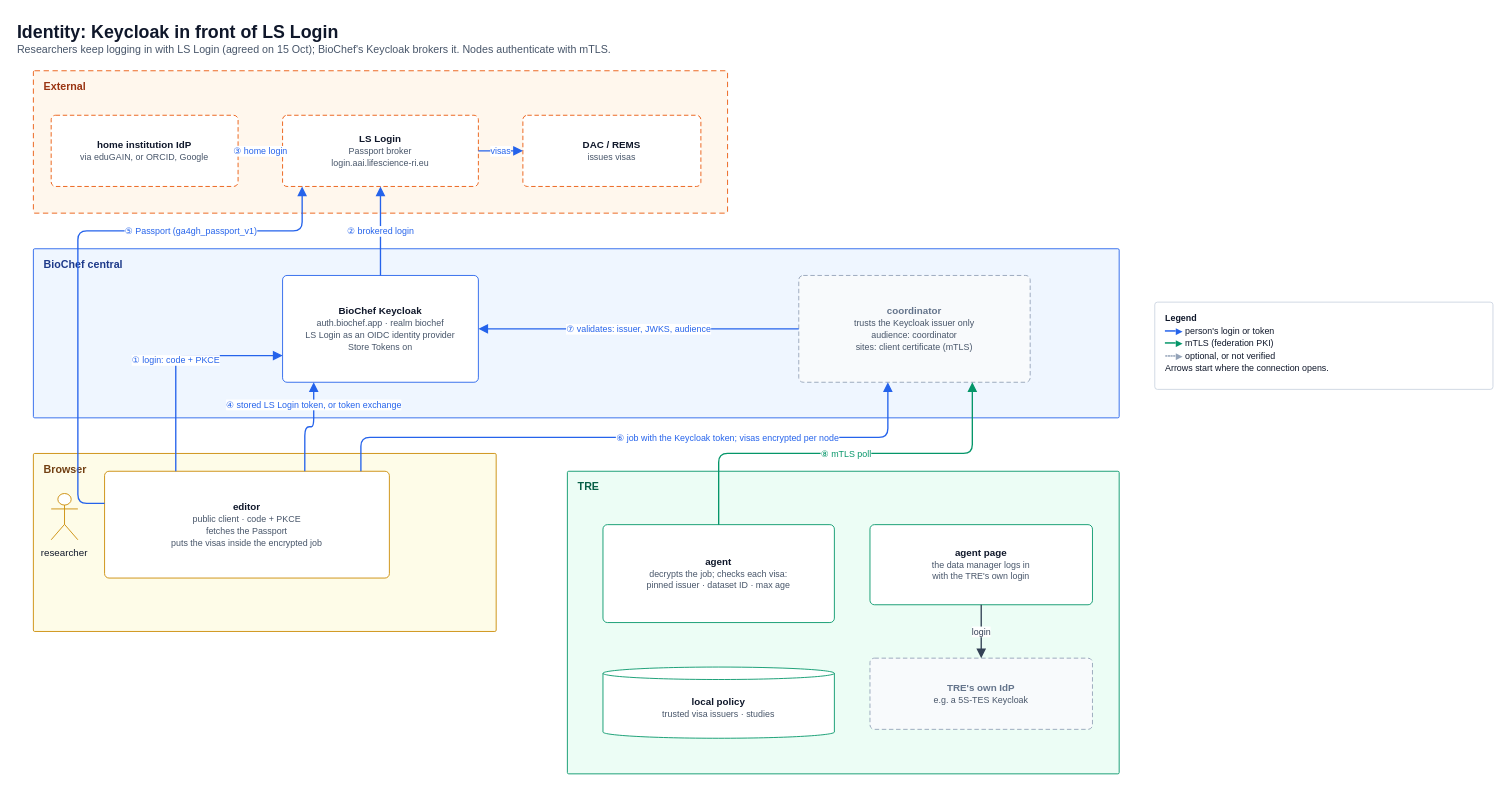
ieeta-pt/biochef-infra keeps this draw.io diagram as page "Who trusts whom" (1 of 2) of docs/diagrams/06-identity-keycloak.drawio. Above is the earlier version. Source tidied: cells renumbered, new cells numbered last; positions are measured from the earlier drawing's top-left corner, leaving out a move shared by most shapes. Both pictures are drawn from the tidied source at 89%, with x=0, y=0 at pixel (15, 15).
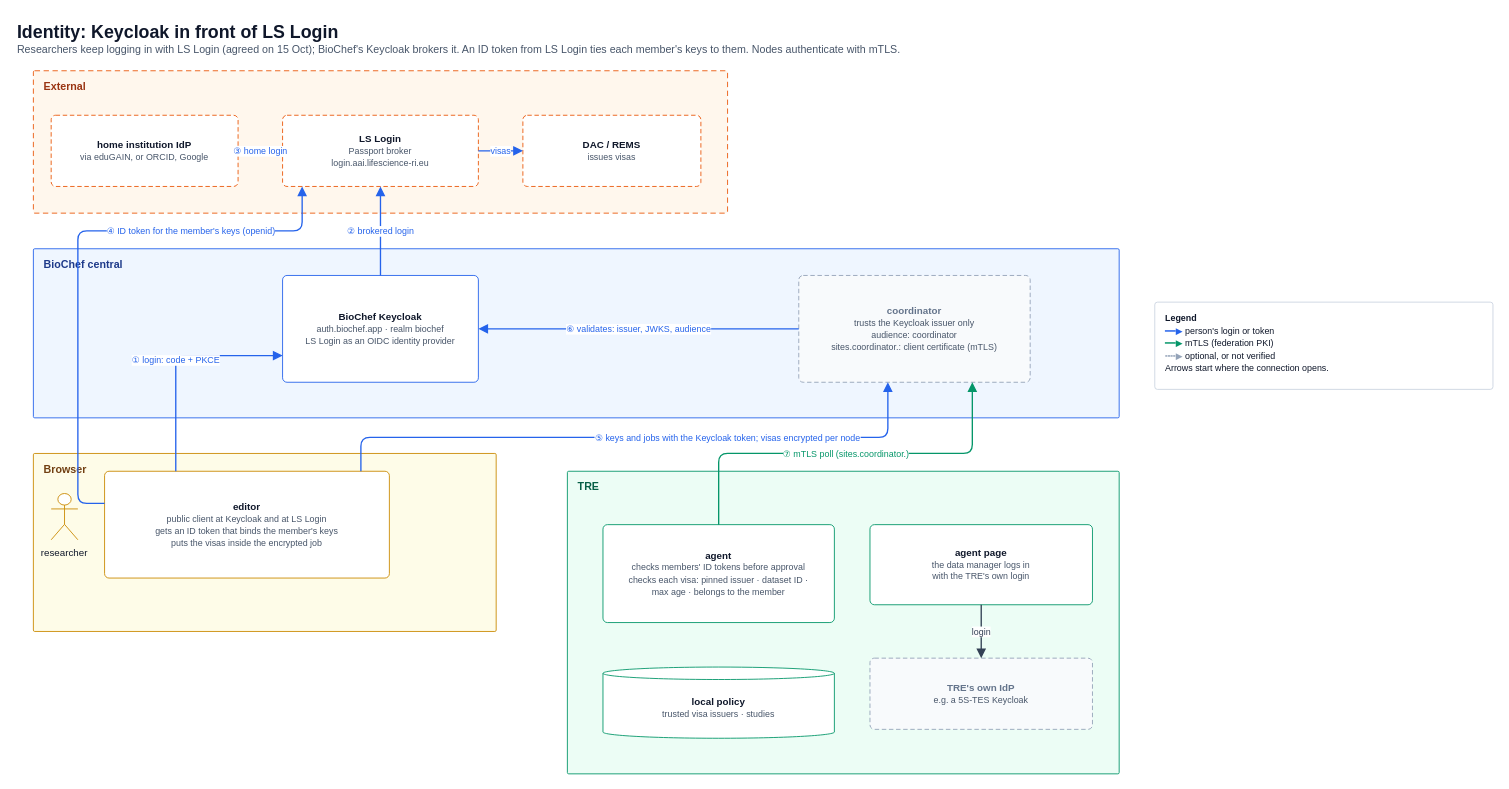
Above is the later version.

The change refers to these unchanged cells:
```xml
<mxCell id="5" value="&lt;b&gt;LS Login&lt;/b&gt;&lt;br&gt;&lt;font style=&quot;font-size:10px&quot; color=&quot;#475569&quot;&gt;Passport broker&lt;/font&gt;&lt;br&gt;&lt;font style=&quot;font-size:10px&quot; color=&quot;#475569&quot;&gt;login.aai.lifescience-ri.eu&lt;/font&gt;" style="html=1;whiteSpace=wrap;fontSize=11;fillColor=#ffffff;strokeColor=#ea580c;fontColor=#0f172a;align=center;verticalAlign=middle;spacing=4;dashed=1;dashPattern=5 3;rounded=1;arcSize=10;absoluteArcSize=1;" parent="3" vertex="1">
  <mxGeometry x="280" y="50" width="220" height="80" as="geometry" />
</mxCell>
<mxCell id="7" value="BioChef central" style="rounded=1;arcSize=3;absoluteArcSize=1;html=1;whiteSpace=wrap;verticalAlign=top;align=left;spacingLeft=10;spacingTop=4;fontSize=12;fontStyle=1;fillColor=#eff6ff;strokeColor=#2563eb;fontColor=#1e3a8a;" parent="1" vertex="1">
  <mxGeometry x="20" y="262" width="1220" height="190" as="geometry" />
</mxCell>
<mxCell id="10" value="Browser" style="rounded=1;arcSize=3;absoluteArcSize=1;html=1;whiteSpace=wrap;verticalAlign=top;align=left;spacingLeft=10;spacingTop=4;fontSize=12;fontStyle=1;fillColor=#fefce8;strokeColor=#ca8a04;fontColor=#713f12;" parent="1" vertex="1">
  <mxGeometry x="20" y="492" width="520" height="200" as="geometry" />
</mxCell>
<mxCell id="13" value="TRE" style="rounded=1;arcSize=3;absoluteArcSize=1;html=1;whiteSpace=wrap;verticalAlign=top;align=left;spacingLeft=10;spacingTop=4;fontSize=12;fontStyle=1;fillColor=#ecfdf5;strokeColor=#059669;fontColor=#065f46;" parent="1" vertex="1">
  <mxGeometry x="620" y="512" width="620" height="340" as="geometry" />
</mxCell>
```

Diff of the diagram source:
```diff
@@
-    <mxCell id="2" value="&lt;b style='font-size:20px'&gt;Identity: Keycloak in front of LS Login&lt;/b&gt;&lt;br&gt;&lt;font color='#475569'&gt;Researchers keep logging in with LS Login (agreed on 15 Oct); BioChef's Keycloak brokers it. Nodes authenticate with mTLS.&lt;/font&gt;" style="text;html=1;whiteSpace=wrap;fontSize=12;align=left;verticalAlign=top;fontColor=#0f172a;spacing=2;" parent="1" vertex="1">
+    <mxCell id="2" value="&lt;b style='font-size:20px'&gt;Identity: Keycloak in front of LS Login&lt;/b&gt;&lt;br&gt;&lt;font color='#475569'&gt;Researchers keep logging in with LS Login (agreed on 15 Oct); BioChef's Keycloak brokers it. An ID token from LS Login ties each member's keys to them. Nodes authenticate with mTLS.&lt;/font&gt;" style="text;html=1;whiteSpace=wrap;fontSize=12;align=left;verticalAlign=top;fontColor=#0f172a;spacing=2;" parent="1" vertex="1">
       <mxGeometry width="1100" height="48" as="geometry" />
     </mxCell>
@@
-    <mxCell id="8" value="&lt;b&gt;BioChef Keycloak&lt;/b&gt;&lt;br&gt;&lt;font style=&quot;font-size:10px&quot; color=&quot;#475569&quot;&gt;auth.biochef.app · realm biochef&lt;/font&gt;&lt;br&gt;&lt;font style=&quot;font-size:10px&quot; color=&quot;#475569&quot;&gt;LS Login as an OIDC identity provider&lt;/font&gt;&lt;br&gt;&lt;font style=&quot;font-size:10px&quot; color=&quot;#475569&quot;&gt;Store Tokens on&lt;/font&gt;" style="html=1;whiteSpace=wrap;fontSize=11;fillColor=#ffffff;strokeColor=#2563eb;fontColor=#0f172a;align=center;verticalAlign=middle;spacing=4;rounded=1;arcSize=10;absoluteArcSize=1;" parent="7" vertex="1">
+    <mxCell id="8" value="&lt;b&gt;BioChef Keycloak&lt;/b&gt;&lt;br&gt;&lt;font style=&quot;font-size:10px&quot; color=&quot;#475569&quot;&gt;auth.biochef.app · realm biochef&lt;/font&gt;&lt;br&gt;&lt;font style=&quot;font-size:10px&quot; color=&quot;#475569&quot;&gt;LS Login as an OIDC identity provider&lt;/font&gt;" style="html=1;whiteSpace=wrap;fontSize=11;fillColor=#ffffff;strokeColor=#2563eb;fontColor=#0f172a;align=center;verticalAlign=middle;spacing=4;rounded=1;arcSize=10;absoluteArcSize=1;" parent="7" vertex="1">
       <mxGeometry x="280" y="30" width="220" height="120" as="geometry" />
     </mxCell>
-    <mxCell id="9" value="&lt;b&gt;coordinator&lt;/b&gt;&lt;br&gt;&lt;font style=&quot;font-size:10px&quot; color=&quot;#475569&quot;&gt;trusts the Keycloak issuer only&lt;/font&gt;&lt;br&gt;&lt;font style=&quot;font-size:10px&quot; color=&quot;#475569&quot;&gt;audience: coordinator&lt;/font&gt;&lt;br&gt;&lt;font style=&quot;font-size:10px&quot; color=&quot;#475569&quot;&gt;sites: client certificate (mTLS)&lt;/font&gt;" style="html=1;whiteSpace=wrap;fontSize=11;fillColor=#f8fafc;strokeColor=#94a3b8;fontColor=#64748b;align=center;verticalAlign=middle;spacing=4;dashed=1;dashPattern=5 3;rounded=1;arcSize=10;absoluteArcSize=1;" parent="7" vertex="1">
+    <mxCell id="9" value="&lt;b&gt;coordinator&lt;/b&gt;&lt;br&gt;&lt;font style=&quot;font-size:10px&quot; color=&quot;#475569&quot;&gt;trusts the Keycloak issuer only&lt;/font&gt;&lt;br&gt;&lt;font style=&quot;font-size:10px&quot; color=&quot;#475569&quot;&gt;audience: coordinator&lt;/font&gt;&lt;br&gt;&lt;font style=&quot;font-size:10px&quot; color=&quot;#475569&quot;&gt;sites.coordinator.: client certificate (mTLS)&lt;/font&gt;" style="html=1;whiteSpace=wrap;fontSize=11;fillColor=#f8fafc;strokeColor=#94a3b8;fontColor=#64748b;align=center;verticalAlign=middle;spacing=4;dashed=1;dashPattern=5 3;rounded=1;arcSize=10;absoluteArcSize=1;" parent="7" vertex="1">
       <mxGeometry x="860" y="30" width="260" height="120" as="geometry" />
     </mxCell>
@@
-    <mxCell id="12" value="&lt;b&gt;editor&lt;/b&gt;&lt;br&gt;&lt;font style=&quot;font-size:10px&quot; color=&quot;#475569&quot;&gt;public client · code + PKCE&lt;/font&gt;&lt;br&gt;&lt;font style=&quot;font-size:10px&quot; color=&quot;#475569&quot;&gt;fetches the Passport&lt;/font&gt;&lt;br&gt;&lt;font style=&quot;font-size:10px&quot; color=&quot;#475569&quot;&gt;puts the visas inside the encrypted job&lt;/font&gt;" style="html=1;whiteSpace=wrap;fontSize=11;fillColor=#ffffff;strokeColor=#ca8a04;fontColor=#0f172a;align=center;verticalAlign=middle;spacing=4;rounded=1;arcSize=10;absoluteArcSize=1;" parent="10" vertex="1">
+    <mxCell id="12" value="&lt;b&gt;editor&lt;/b&gt;&lt;br&gt;&lt;font style=&quot;font-size:10px&quot; color=&quot;#475569&quot;&gt;public client at Keycloak and at LS Login&lt;/font&gt;&lt;br&gt;&lt;font style=&quot;font-size:10px&quot; color=&quot;#475569&quot;&gt;gets an ID token that binds the member's keys&lt;/font&gt;&lt;br&gt;&lt;font style=&quot;font-size:10px&quot; color=&quot;#475569&quot;&gt;puts the visas inside the encrypted job&lt;/font&gt;" style="html=1;whiteSpace=wrap;fontSize=11;fillColor=#ffffff;strokeColor=#ca8a04;fontColor=#0f172a;align=center;verticalAlign=middle;spacing=4;rounded=1;arcSize=10;absoluteArcSize=1;" parent="10" vertex="1">
       <mxGeometry x="80" y="20" width="320" height="120" as="geometry" />
     </mxCell>
@@
-    <mxCell id="14" value="&lt;b&gt;agent&lt;/b&gt;&lt;br&gt;&lt;font style=&quot;font-size:10px&quot; color=&quot;#475569&quot;&gt;decrypts the job; checks each visa:&lt;/font&gt;&lt;br&gt;&lt;font style=&quot;font-size:10px&quot; color=&quot;#475569&quot;&gt;pinned issuer · dataset ID · max age&lt;/font&gt;" style="html=1;whiteSpace=wrap;fontSize=11;fillColor=#ffffff;strokeColor=#059669;fontColor=#0f172a;align=center;verticalAlign=middle;spacing=4;rounded=1;arcSize=10;absoluteArcSize=1;" parent="13" vertex="1">
+    <mxCell id="14" value="&lt;b&gt;agent&lt;/b&gt;&lt;br&gt;&lt;font style=&quot;font-size:10px&quot; color=&quot;#475569&quot;&gt;checks members' ID tokens before approval&lt;/font&gt;&lt;br&gt;&lt;font style=&quot;font-size:10px&quot; color=&quot;#475569&quot;&gt;checks each visa: pinned issuer · dataset ID ·&lt;/font&gt;&lt;br&gt;&lt;font style=&quot;font-size:10px&quot; color=&quot;#475569&quot;&gt;max age · belongs to the member&lt;/font&gt;" style="html=1;whiteSpace=wrap;fontSize=11;fillColor=#ffffff;strokeColor=#059669;fontColor=#0f172a;align=center;verticalAlign=middle;spacing=4;rounded=1;arcSize=10;absoluteArcSize=1;" parent="13" vertex="1">
       <mxGeometry x="40" y="60" width="260" height="110" as="geometry" />
     </mxCell>
@@
-    <mxCell id="23" value="④ stored LS Login token, or token exchange" style="html=1;rounded=1;fontSize=10;labelBackgroundColor=#ffffff;strokeWidth=1.5;endSize=7;jumpStyle=arc;jumpSize=8;edgeStyle=orthogonalEdgeStyle;jettySize=auto;endArrow=block;endFill=1;strokeColor=#2563eb;fontColor=#2563eb;exitX=0.703;exitY=0;exitDx=0;exitDy=0;entryX=0.159;entryY=1;entryDx=0;entryDy=0;" parent="1" edge="1" source="12" target="8">
-      <mxGeometry x="0.55" relative="1" as="geometry" />
-    </mxCell>
-    <mxCell id="24" value="⑤ Passport (ga4gh_passport_v1)" style="html=1;rounded=1;fontSize=10;labelBackgroundColor=#ffffff;strokeWidth=1.5;endSize=7;jumpStyle=arc;jumpSize=8;edgeStyle=orthogonalEdgeStyle;jettySize=auto;endArrow=block;endFill=1;strokeColor=#2563eb;fontColor=#2563eb;exitX=0;exitY=0.3;exitDx=0;exitDy=0;entryX=0.1;entryY=1;entryDx=0;entryDy=0;" parent="1" edge="1" source="12" target="5">
+    <mxCell id="24" value="④ ID token for the member's keys (openid)" style="html=1;rounded=1;fontSize=10;labelBackgroundColor=#ffffff;strokeWidth=1.5;endSize=7;jumpStyle=arc;jumpSize=8;edgeStyle=orthogonalEdgeStyle;jettySize=auto;endArrow=block;endFill=1;strokeColor=#2563eb;fontColor=#2563eb;exitX=0;exitY=0.3;exitDx=0;exitDy=0;entryX=0.1;entryY=1;entryDx=0;entryDy=0;" parent="1" edge="1" source="12" target="5">
       <mxGeometry x="0.45" relative="1" as="geometry">
         <Array as="points">
           <mxPoint x="70" y="548" />
           <mxPoint x="70" y="242" />
           <mxPoint x="322" y="242" />
         </Array>
       </mxGeometry>
     </mxCell>
-    <mxCell id="25" value="⑥ job with the Keycloak token; visas encrypted per node" style="html=1;rounded=1;fontSize=10;labelBackgroundColor=#ffffff;strokeWidth=1.5;endSize=7;jumpStyle=arc;jumpSize=8;edgeStyle=orthogonalEdgeStyle;jettySize=auto;endArrow=block;endFill=1;strokeColor=#2563eb;fontColor=#2563eb;exitX=0.9;exitY=0;exitDx=0;exitDy=0;entryX=0.385;entryY=1;entryDx=0;entryDy=0;" parent="1" edge="1" source="12" target="9">
+    <mxCell id="25" value="⑤ keys and jobs with the Keycloak token; visas encrypted per node" style="html=1;rounded=1;fontSize=10;labelBackgroundColor=#ffffff;strokeWidth=1.5;endSize=7;jumpStyle=arc;jumpSize=8;edgeStyle=orthogonalEdgeStyle;jettySize=auto;endArrow=block;endFill=1;strokeColor=#2563eb;fontColor=#2563eb;exitX=0.9;exitY=0;exitDx=0;exitDy=0;entryX=0.385;entryY=1;entryDx=0;entryDy=0;" parent="1" edge="1" source="12" target="9">
       <mxGeometry x="0.3" relative="1" as="geometry">
         <Array as="points">
           <mxPoint x="388" y="474" />
           <mxPoint x="980" y="474" />
         </Array>
       </mxGeometry>
     </mxCell>
-    <mxCell id="26" value="⑦ validates: issuer, JWKS, audience" style="html=1;rounded=1;fontSize=10;labelBackgroundColor=#ffffff;strokeWidth=1.5;endSize=7;jumpStyle=arc;jumpSize=8;edgeStyle=orthogonalEdgeStyle;jettySize=auto;endArrow=block;endFill=1;strokeColor=#2563eb;fontColor=#2563eb;exitX=0;exitY=0.5;exitDx=0;exitDy=0;entryX=1;entryY=0.5;entryDx=0;entryDy=0;" parent="1" edge="1" source="9" target="8">
+    <mxCell id="26" value="⑥ validates: issuer, JWKS, audience" style="html=1;rounded=1;fontSize=10;labelBackgroundColor=#ffffff;strokeWidth=1.5;endSize=7;jumpStyle=arc;jumpSize=8;edgeStyle=orthogonalEdgeStyle;jettySize=auto;endArrow=block;endFill=1;strokeColor=#2563eb;fontColor=#2563eb;exitX=0;exitY=0.5;exitDx=0;exitDy=0;entryX=1;entryY=0.5;entryDx=0;entryDy=0;" parent="1" edge="1" source="9" target="8">
       <mxGeometry relative="1" as="geometry" />
     </mxCell>
-    <mxCell id="27" value="⑧ mTLS poll" style="html=1;rounded=1;fontSize=10;labelBackgroundColor=#ffffff;strokeWidth=1.5;endSize=7;jumpStyle=arc;jumpSize=8;edgeStyle=orthogonalEdgeStyle;jettySize=auto;endArrow=block;endFill=1;strokeColor=#059669;fontColor=#059669;exitX=0.5;exitY=0;exitDx=0;exitDy=0;entryX=0.75;entryY=1;entryDx=0;entryDy=0;" parent="1" edge="1" source="14" target="9">
+    <mxCell id="27" value="⑦ mTLS poll (sites.coordinator.)" style="html=1;rounded=1;fontSize=10;labelBackgroundColor=#ffffff;strokeWidth=1.5;endSize=7;jumpStyle=arc;jumpSize=8;edgeStyle=orthogonalEdgeStyle;jettySize=auto;endArrow=block;endFill=1;strokeColor=#059669;fontColor=#059669;exitX=0.5;exitY=0;exitDx=0;exitDy=0;entryX=0.75;entryY=1;entryDx=0;entryDy=0;" parent="1" edge="1" source="14" target="9">
       <mxGeometry relative="1" as="geometry">
         <Array as="points">
           <mxPoint x="790" y="492" />
           <mxPoint x="1075" y="492" />
         </Array>
       </mxGeometry>
     </mxCell>
```
